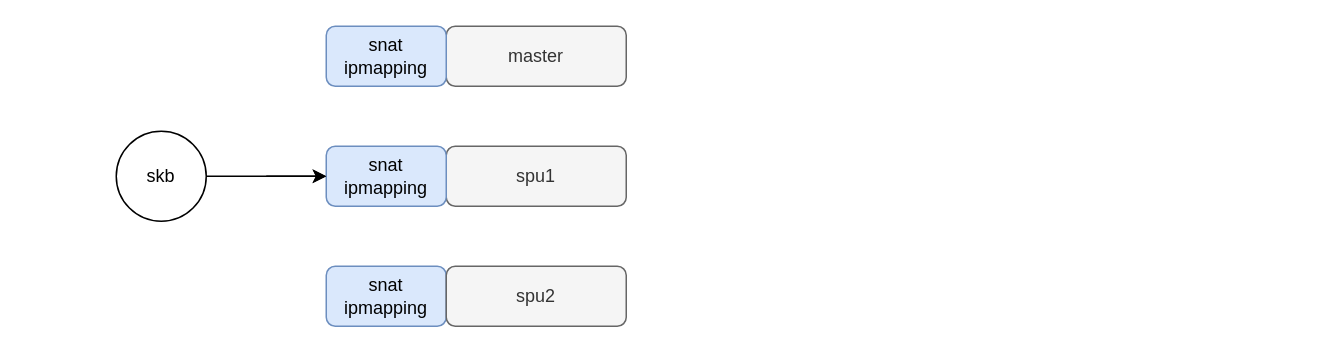
This is page "snat" (2 of 6) of 机框分布式报文调度.drawio from lwchao/drawPNG, a draw.io file, before an edit. Source tidied: cells renumbered, new cells numbered last; positions are measured from the earlier drawing's top-left corner, leaving out a move shared by most shapes. Both pictures are drawn from the tidied source at 150%, with x=0, y=0 at pixel (116, 26).
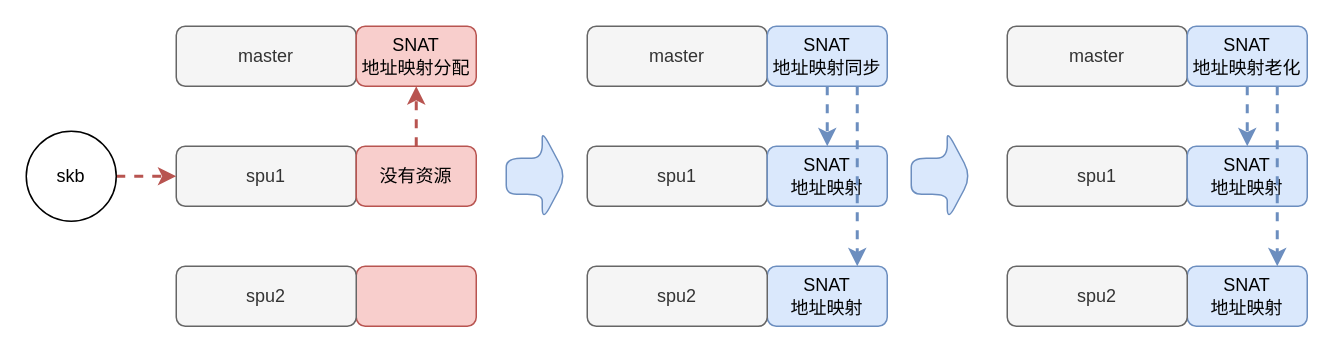
Above is the later version.

Change to the diagram source:
```diff
@@
     <mxCell id="2" value="master" style="rounded=1;whiteSpace=wrap;html=1;fillColor=#f5f5f5;strokeColor=#666666;fontColor=#333333;" parent="1" vertex="1">
-      <mxGeometry x="220" width="120" height="40" as="geometry" />
+      <mxGeometry x="40" width="120" height="40" as="geometry" />
     </mxCell>
     <mxCell id="3" value="spu1" style="rounded=1;whiteSpace=wrap;html=1;fillColor=#f5f5f5;fontColor=#333333;strokeColor=#666666;" parent="1" vertex="1">
-      <mxGeometry x="220" y="80" width="120" height="40" as="geometry" />
+      <mxGeometry x="40" y="80" width="120" height="40" as="geometry" />
     </mxCell>
-    <mxCell id="4" value="snat&lt;br&gt;ipmapping" style="rounded=1;whiteSpace=wrap;html=1;fillColor=#dae8fc;strokeColor=#6c8ebf;" parent="1" vertex="1">
-      <mxGeometry x="140" y="160" width="80" height="40" as="geometry" />
+    <mxCell id="4" style="rounded=1;whiteSpace=wrap;html=1;fillColor=#f8cecc;strokeColor=#b85450;" parent="1" vertex="1">
+      <mxGeometry x="160" y="160" width="80" height="40" as="geometry" />
     </mxCell>
     <mxCell id="5" value="spu2" style="rounded=1;whiteSpace=wrap;html=1;fillColor=#f5f5f5;fontColor=#333333;strokeColor=#666666;" parent="1" vertex="1">
-      <mxGeometry x="220" y="160" width="120" height="40" as="geometry" />
+      <mxGeometry x="40" y="160" width="120" height="40" as="geometry" />
     </mxCell>
+    <mxCell id="11" style="edgeStyle=orthogonalEdgeStyle;rounded=0;jettySize=auto;html=1;fillColor=#f8cecc;strokeColor=#b85450;strokeWidth=2;dashed=1;" parent="1" edge="1" source="6" target="7">
+      <mxGeometry relative="1" as="geometry" />
+    </mxCell>
-    <mxCell id="6" value="snat&lt;br&gt;ipmapping" style="rounded=1;whiteSpace=wrap;html=1;fillColor=#dae8fc;strokeColor=#6c8ebf;" parent="1" vertex="1">
-      <mxGeometry x="140" y="80" width="80" height="40" as="geometry" />
+    <mxCell id="6" value="没有资源" style="rounded=1;whiteSpace=wrap;html=1;fillColor=#f8cecc;strokeColor=#b85450;" parent="1" vertex="1">
+      <mxGeometry x="160" y="80" width="80" height="40" as="geometry" />
     </mxCell>
-    <mxCell id="7" value="snat ipmapping" style="rounded=1;whiteSpace=wrap;html=1;fillColor=#dae8fc;strokeColor=#6c8ebf;" parent="1" vertex="1">
-      <mxGeometry x="140" width="80" height="40" as="geometry" />
+    <mxCell id="7" value="SNAT&lt;br&gt;地址映射分配" style="rounded=1;whiteSpace=wrap;html=1;fillColor=#f8cecc;strokeColor=#b85450;" parent="1" vertex="1">
+      <mxGeometry x="160" width="80" height="40" as="geometry" />
     </mxCell>
-    <mxCell id="8" style="endArrow=classic;html=1;rounded=0;" parent="1" edge="1">
-      <mxGeometry relative="1" as="geometry">
-        <mxPoint x="100" y="100" as="sourcePoint" />
-        <mxPoint x="140" y="100" as="targetPoint" />
-      </mxGeometry>
-    </mxCell>
-    <mxCell id="9" style="edgeStyle=orthogonalEdgeStyle;rounded=0;jettySize=auto;html=1;" parent="1" edge="1" source="10" target="6">
-      <mxGeometry relative="1" as="geometry" />
-    </mxCell>
+    <mxCell id="12" style="edgeStyle=orthogonalEdgeStyle;rounded=0;jettySize=auto;html=1;entryX=0;entryY=0.5;entryDx=0;entryDy=0;strokeWidth=2;dashed=1;fillColor=#f8cecc;strokeColor=#b85450;" parent="1" edge="1" source="10" target="3">
+      <mxGeometry relative="1" as="geometry" />
+    </mxCell>
     <mxCell id="10" value="skb" style="ellipse;whiteSpace=wrap;html=1;" parent="1" vertex="1">
-      <mxGeometry y="70" width="60" height="60" as="geometry" />
+      <mxGeometry x="-60" y="70" width="60" height="60" as="geometry" />
     </mxCell>
+    <mxCell id="13" style="shape=singleArrow;whiteSpace=wrap;html=1;arrowWidth=0.4;arrowSize=0.4;fillColor=#dae8fc;strokeColor=#6c8ebf;rounded=1;" parent="1" vertex="1">
+      <mxGeometry x="260" y="70" width="40" height="60" as="geometry" />
+    </mxCell>
+    <mxCell id="14" value="master" style="rounded=1;whiteSpace=wrap;html=1;fillColor=#f5f5f5;strokeColor=#666666;fontColor=#333333;" parent="1" vertex="1">
+      <mxGeometry x="314" width="120" height="40" as="geometry" />
+    </mxCell>
+    <mxCell id="15" value="spu1" style="rounded=1;whiteSpace=wrap;html=1;fillColor=#f5f5f5;fontColor=#333333;strokeColor=#666666;" parent="1" vertex="1">
+      <mxGeometry x="314" y="80" width="120" height="40" as="geometry" />
+    </mxCell>
+    <mxCell id="16" value="SNAT&lt;br style=&quot;--tw-border-spacing-x: 0; --tw-border-spacing-y: 0; --tw-translate-x: 0; --tw-translate-y: 0; --tw-rotate: 0; --tw-skew-x: 0; --tw-skew-y: 0; --tw-scale-x: 1; --tw-scale-y: 1; --tw-pan-x: ; --tw-pan-y: ; --tw-pinch-zoom: ; --tw-scroll-snap-strictness: proximity; --tw-ordinal: ; --tw-slashed-zero: ; --tw-numeric-figure: ; --tw-numeric-spacing: ; --tw-numeric-fraction: ; --tw-ring-inset: ; --tw-ring-offset-width: 0px; --tw-ring-offset-color: #fff; --tw-ring-color: rgb(59 130 246 / .5); --tw-ring-offset-shadow: 0 0 #0000; --tw-ring-shadow: 0 0 #0000; --tw-shadow: 0 0 #0000; --tw-shadow-colored: 0 0 #0000; --tw-blur: ; --tw-brightness: ; --tw-contrast: ; --tw-grayscale: ; --tw-hue-rotate: ; --tw-invert: ; --tw-saturate: ; --tw-sepia: ; --tw-drop-shadow: ; --tw-backdrop-blur: ; --tw-backdrop-brightness: ; --tw-backdrop-contrast: ; --tw-backdrop-grayscale: ; --tw-backdrop-hue-rotate: ; --tw-backdrop-invert: ; --tw-backdrop-opacity: ; --tw-backdrop-saturate: ; --tw-backdrop-sepia: ; border-color: var(--border-color);&quot;&gt;地址映射" style="rounded=1;whiteSpace=wrap;html=1;fillColor=#dae8fc;strokeColor=#6c8ebf;" parent="1" vertex="1">
+      <mxGeometry x="434" y="160" width="80" height="40" as="geometry" />
+    </mxCell>
+    <mxCell id="17" value="spu2" style="rounded=1;whiteSpace=wrap;html=1;fillColor=#f5f5f5;fontColor=#333333;strokeColor=#666666;" parent="1" vertex="1">
+      <mxGeometry x="314" y="160" width="120" height="40" as="geometry" />
+    </mxCell>
+    <mxCell id="18" value="SNAT&lt;br style=&quot;--tw-border-spacing-x: 0; --tw-border-spacing-y: 0; --tw-translate-x: 0; --tw-translate-y: 0; --tw-rotate: 0; --tw-skew-x: 0; --tw-skew-y: 0; --tw-scale-x: 1; --tw-scale-y: 1; --tw-pan-x: ; --tw-pan-y: ; --tw-pinch-zoom: ; --tw-scroll-snap-strictness: proximity; --tw-ordinal: ; --tw-slashed-zero: ; --tw-numeric-figure: ; --tw-numeric-spacing: ; --tw-numeric-fraction: ; --tw-ring-inset: ; --tw-ring-offset-width: 0px; --tw-ring-offset-color: #fff; --tw-ring-color: rgb(59 130 246 / .5); --tw-ring-offset-shadow: 0 0 #0000; --tw-ring-shadow: 0 0 #0000; --tw-shadow: 0 0 #0000; --tw-shadow-colored: 0 0 #0000; --tw-blur: ; --tw-brightness: ; --tw-contrast: ; --tw-grayscale: ; --tw-hue-rotate: ; --tw-invert: ; --tw-saturate: ; --tw-sepia: ; --tw-drop-shadow: ; --tw-backdrop-blur: ; --tw-backdrop-brightness: ; --tw-backdrop-contrast: ; --tw-backdrop-grayscale: ; --tw-backdrop-hue-rotate: ; --tw-backdrop-invert: ; --tw-backdrop-opacity: ; --tw-backdrop-saturate: ; --tw-backdrop-sepia: ; border-color: var(--border-color);&quot;&gt;地址映射" style="rounded=1;whiteSpace=wrap;html=1;fillColor=#dae8fc;strokeColor=#6c8ebf;" parent="1" vertex="1">
+      <mxGeometry x="434" y="80" width="80" height="40" as="geometry" />
+    </mxCell>
+    <mxCell id="19" style="edgeStyle=orthogonalEdgeStyle;rounded=0;jettySize=auto;html=1;exitX=0.5;exitY=1;exitDx=0;exitDy=0;entryX=0.5;entryY=0;entryDx=0;entryDy=0;dashed=1;strokeWidth=2;fillColor=#dae8fc;strokeColor=#6c8ebf;" parent="1" edge="1" source="21" target="18">
+      <mxGeometry relative="1" as="geometry" />
+    </mxCell>
+    <mxCell id="20" style="edgeStyle=orthogonalEdgeStyle;rounded=0;jettySize=auto;html=1;exitX=0.75;exitY=1;exitDx=0;exitDy=0;entryX=0.75;entryY=0;entryDx=0;entryDy=0;fillColor=#dae8fc;strokeColor=#6c8ebf;dashed=1;strokeWidth=2;" parent="1" edge="1" source="21" target="16">
+      <mxGeometry relative="1" as="geometry" />
+    </mxCell>
+    <mxCell id="21" value="SNAT&lt;br style=&quot;--tw-border-spacing-x: 0; --tw-border-spacing-y: 0; --tw-translate-x: 0; --tw-translate-y: 0; --tw-rotate: 0; --tw-skew-x: 0; --tw-skew-y: 0; --tw-scale-x: 1; --tw-scale-y: 1; --tw-pan-x: ; --tw-pan-y: ; --tw-pinch-zoom: ; --tw-scroll-snap-strictness: proximity; --tw-ordinal: ; --tw-slashed-zero: ; --tw-numeric-figure: ; --tw-numeric-spacing: ; --tw-numeric-fraction: ; --tw-ring-inset: ; --tw-ring-offset-width: 0px; --tw-ring-offset-color: #fff; --tw-ring-color: rgb(59 130 246 / .5); --tw-ring-offset-shadow: 0 0 #0000; --tw-ring-shadow: 0 0 #0000; --tw-shadow: 0 0 #0000; --tw-shadow-colored: 0 0 #0000; --tw-blur: ; --tw-brightness: ; --tw-contrast: ; --tw-grayscale: ; --tw-hue-rotate: ; --tw-invert: ; --tw-saturate: ; --tw-sepia: ; --tw-drop-shadow: ; --tw-backdrop-blur: ; --tw-backdrop-brightness: ; --tw-backdrop-contrast: ; --tw-backdrop-grayscale: ; --tw-backdrop-hue-rotate: ; --tw-backdrop-invert: ; --tw-backdrop-opacity: ; --tw-backdrop-saturate: ; --tw-backdrop-sepia: ; border-color: var(--border-color);&quot;&gt;地址映射同步" style="rounded=1;whiteSpace=wrap;html=1;fillColor=#dae8fc;strokeColor=#6c8ebf;" parent="1" vertex="1">
+      <mxGeometry x="434" width="80" height="40" as="geometry" />
+    </mxCell>
+    <mxCell id="22" value="master" style="rounded=1;whiteSpace=wrap;html=1;fillColor=#f5f5f5;strokeColor=#666666;fontColor=#333333;" parent="1" vertex="1">
+      <mxGeometry x="594" width="120" height="40" as="geometry" />
+    </mxCell>
+    <mxCell id="23" value="spu1" style="rounded=1;whiteSpace=wrap;html=1;fillColor=#f5f5f5;fontColor=#333333;strokeColor=#666666;" parent="1" vertex="1">
+      <mxGeometry x="594" y="80" width="120" height="40" as="geometry" />
+    </mxCell>
+    <mxCell id="24" value="SNAT&lt;br style=&quot;--tw-border-spacing-x: 0; --tw-border-spacing-y: 0; --tw-translate-x: 0; --tw-translate-y: 0; --tw-rotate: 0; --tw-skew-x: 0; --tw-skew-y: 0; --tw-scale-x: 1; --tw-scale-y: 1; --tw-pan-x: ; --tw-pan-y: ; --tw-pinch-zoom: ; --tw-scroll-snap-strictness: proximity; --tw-ordinal: ; --tw-slashed-zero: ; --tw-numeric-figure: ; --tw-numeric-spacing: ; --tw-numeric-fraction: ; --tw-ring-inset: ; --tw-ring-offset-width: 0px; --tw-ring-offset-color: #fff; --tw-ring-color: rgb(59 130 246 / .5); --tw-ring-offset-shadow: 0 0 #0000; --tw-ring-shadow: 0 0 #0000; --tw-shadow: 0 0 #0000; --tw-shadow-colored: 0 0 #0000; --tw-blur: ; --tw-brightness: ; --tw-contrast: ; --tw-grayscale: ; --tw-hue-rotate: ; --tw-invert: ; --tw-saturate: ; --tw-sepia: ; --tw-drop-shadow: ; --tw-backdrop-blur: ; --tw-backdrop-brightness: ; --tw-backdrop-contrast: ; --tw-backdrop-grayscale: ; --tw-backdrop-hue-rotate: ; --tw-backdrop-invert: ; --tw-backdrop-opacity: ; --tw-backdrop-saturate: ; --tw-backdrop-sepia: ; border-color: var(--border-color);&quot;&gt;地址映射" style="rounded=1;whiteSpace=wrap;html=1;fillColor=#dae8fc;strokeColor=#6c8ebf;" parent="1" vertex="1">
+      <mxGeometry x="714" y="160" width="80" height="40" as="geometry" />
+    </mxCell>
+    <mxCell id="25" value="spu2" style="rounded=1;whiteSpace=wrap;html=1;fillColor=#f5f5f5;fontColor=#333333;strokeColor=#666666;" parent="1" vertex="1">
+      <mxGeometry x="594" y="160" width="120" height="40" as="geometry" />
+    </mxCell>
+    <mxCell id="26" value="SNAT&lt;br style=&quot;--tw-border-spacing-x: 0; --tw-border-spacing-y: 0; --tw-translate-x: 0; --tw-translate-y: 0; --tw-rotate: 0; --tw-skew-x: 0; --tw-skew-y: 0; --tw-scale-x: 1; --tw-scale-y: 1; --tw-pan-x: ; --tw-pan-y: ; --tw-pinch-zoom: ; --tw-scroll-snap-strictness: proximity; --tw-ordinal: ; --tw-slashed-zero: ; --tw-numeric-figure: ; --tw-numeric-spacing: ; --tw-numeric-fraction: ; --tw-ring-inset: ; --tw-ring-offset-width: 0px; --tw-ring-offset-color: #fff; --tw-ring-color: rgb(59 130 246 / .5); --tw-ring-offset-shadow: 0 0 #0000; --tw-ring-shadow: 0 0 #0000; --tw-shadow: 0 0 #0000; --tw-shadow-colored: 0 0 #0000; --tw-blur: ; --tw-brightness: ; --tw-contrast: ; --tw-grayscale: ; --tw-hue-rotate: ; --tw-invert: ; --tw-saturate: ; --tw-sepia: ; --tw-drop-shadow: ; --tw-backdrop-blur: ; --tw-backdrop-brightness: ; --tw-backdrop-contrast: ; --tw-backdrop-grayscale: ; --tw-backdrop-hue-rotate: ; --tw-backdrop-invert: ; --tw-backdrop-opacity: ; --tw-backdrop-saturate: ; --tw-backdrop-sepia: ; border-color: var(--border-color);&quot;&gt;地址映射" style="rounded=1;whiteSpace=wrap;html=1;fillColor=#dae8fc;strokeColor=#6c8ebf;" parent="1" vertex="1">
+      <mxGeometry x="714" y="80" width="80" height="40" as="geometry" />
+    </mxCell>
+    <mxCell id="27" style="edgeStyle=orthogonalEdgeStyle;rounded=0;jettySize=auto;html=1;fillColor=#dae8fc;strokeColor=#6c8ebf;strokeWidth=2;dashed=1;" parent="1" edge="1" source="29" target="26">
+      <mxGeometry relative="1" as="geometry" />
+    </mxCell>
+    <mxCell id="28" style="edgeStyle=orthogonalEdgeStyle;rounded=0;jettySize=auto;html=1;exitX=0.75;exitY=1;exitDx=0;exitDy=0;entryX=0.75;entryY=0;entryDx=0;entryDy=0;fillColor=#dae8fc;strokeColor=#6c8ebf;dashed=1;strokeWidth=2;" parent="1" edge="1" source="29" target="24">
+      <mxGeometry relative="1" as="geometry" />
+    </mxCell>
+    <mxCell id="29" value="SNAT&lt;br style=&quot;--tw-border-spacing-x: 0; --tw-border-spacing-y: 0; --tw-translate-x: 0; --tw-translate-y: 0; --tw-rotate: 0; --tw-skew-x: 0; --tw-skew-y: 0; --tw-scale-x: 1; --tw-scale-y: 1; --tw-pan-x: ; --tw-pan-y: ; --tw-pinch-zoom: ; --tw-scroll-snap-strictness: proximity; --tw-ordinal: ; --tw-slashed-zero: ; --tw-numeric-figure: ; --tw-numeric-spacing: ; --tw-numeric-fraction: ; --tw-ring-inset: ; --tw-ring-offset-width: 0px; --tw-ring-offset-color: #fff; --tw-ring-color: rgb(59 130 246 / .5); --tw-ring-offset-shadow: 0 0 #0000; --tw-ring-shadow: 0 0 #0000; --tw-shadow: 0 0 #0000; --tw-shadow-colored: 0 0 #0000; --tw-blur: ; --tw-brightness: ; --tw-contrast: ; --tw-grayscale: ; --tw-hue-rotate: ; --tw-invert: ; --tw-saturate: ; --tw-sepia: ; --tw-drop-shadow: ; --tw-backdrop-blur: ; --tw-backdrop-brightness: ; --tw-backdrop-contrast: ; --tw-backdrop-grayscale: ; --tw-backdrop-hue-rotate: ; --tw-backdrop-invert: ; --tw-backdrop-opacity: ; --tw-backdrop-saturate: ; --tw-backdrop-sepia: ; border-color: var(--border-color);&quot;&gt;地址映射老化" style="rounded=1;whiteSpace=wrap;html=1;fillColor=#dae8fc;strokeColor=#6c8ebf;" parent="1" vertex="1">
+      <mxGeometry x="714" width="80" height="40" as="geometry" />
+    </mxCell>
+    <mxCell id="30" style="shape=singleArrow;whiteSpace=wrap;html=1;arrowWidth=0.4;arrowSize=0.4;fillColor=#dae8fc;strokeColor=#6c8ebf;rounded=1;" parent="1" vertex="1">
+      <mxGeometry x="530" y="70" width="40" height="60" as="geometry" />
+    </mxCell>
```
